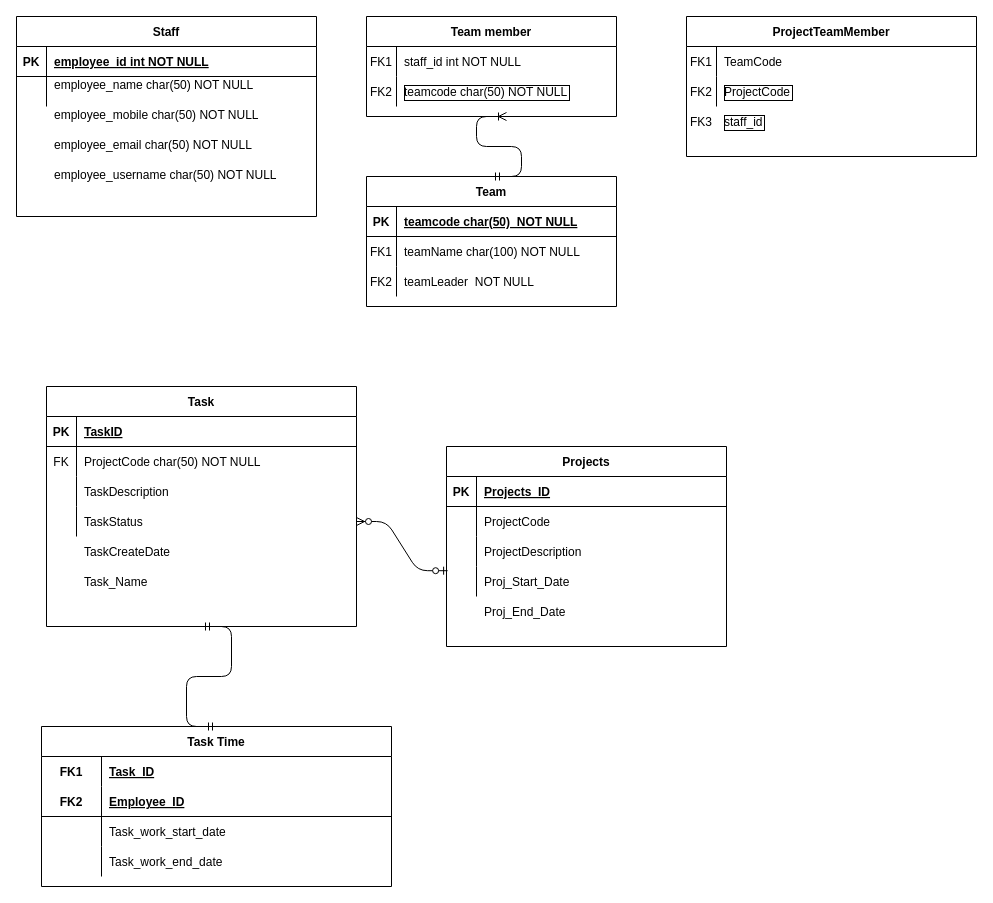
This is Untitled Diagram.drawio from rdazmn/FYP, a draw.io file, before an edit. Source tidied: cells renumbered, new cells numbered last; positions are measured from the earlier drawing's top-left corner, leaving out a move shared by most shapes. Both pictures are drawn from the tidied source at 100%, with x=0, y=0 at pixel (16, 16).
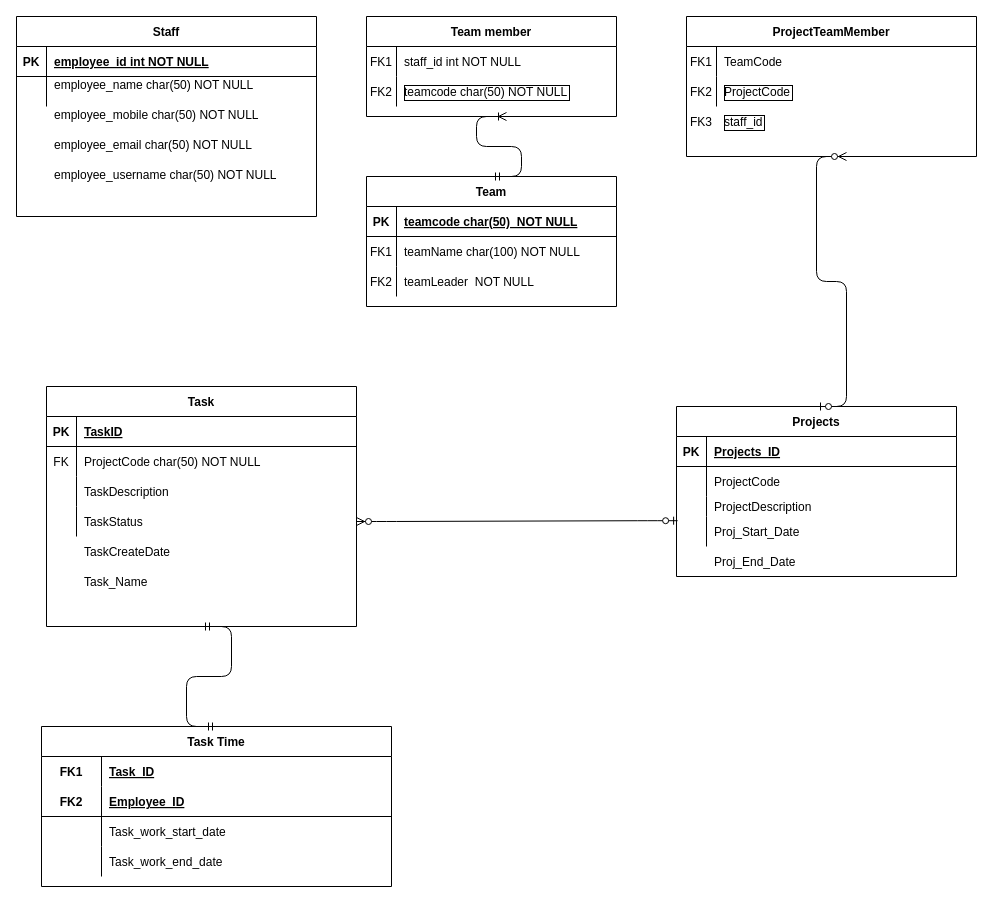
After the change.

Diff of the diagram source:
```diff
@@
     <mxCell id="49" value="Projects" style="shape=table;startSize=30;childLayout=tableLayout;rowLines=0;fontStyle=1;align=center;" parent="1" vertex="1">
-      <mxGeometry x="430" y="430" width="280" height="200" as="geometry" />
+      <mxGeometry x="660" y="390" width="280" height="170" as="geometry" />
     </mxCell>
@@
     <mxCell id="56" style="shape=partialRectangle;fillColor=none;top=0;left=0;bottom=0;right=0;" parent="49" vertex="1">
-      <mxGeometry y="90" width="280" height="30" as="geometry" />
+      <mxGeometry y="90" width="280" height="20" as="geometry" />
     </mxCell>
     <mxCell id="57" style="shape=partialRectangle;fillColor=none;top=0;left=0;bottom=0;right=0;overflow=hidden;" parent="56" vertex="1">
-      <mxGeometry width="30" height="30" as="geometry" />
+      <mxGeometry width="30" height="20" as="geometry" />
     </mxCell>
     <mxCell id="58" value="ProjectDescription" style="shape=partialRectangle;fillColor=none;top=0;left=0;bottom=0;right=0;align=left;spacingLeft=6;overflow=hidden;" parent="56" vertex="1">
-      <mxGeometry x="30" width="250" height="30" as="geometry" />
+      <mxGeometry x="30" width="250" height="20" as="geometry" />
     </mxCell>
     <mxCell id="59" style="shape=partialRectangle;fillColor=none;top=0;left=0;bottom=0;right=0;points=[[0,0.5],[1,0.5]];portConstraint=eastwest;" parent="49" vertex="1">
-      <mxGeometry y="120" width="280" height="30" as="geometry" />
+      <mxGeometry y="110" width="280" height="30" as="geometry" />
     </mxCell>
@@
     <mxCell id="62" value="Proj_End_Date" style="shape=partialRectangle;fillColor=none;top=0;left=0;bottom=0;right=0;align=left;spacingLeft=6;overflow=hidden;" parent="1" vertex="1">
-      <mxGeometry x="460" y="580" width="250" height="30" as="geometry" />
+      <mxGeometry x="690" y="530" width="250" height="30" as="geometry" />
     </mxCell>
@@
+    <mxCell id="89" style="edgeStyle=entityRelationEdgeStyle;fontSize=12;html=1;endArrow=ERzeroToMany;startArrow=ERzeroToOne;exitX=0.5;exitY=0;exitDx=0;exitDy=0;" parent="1" edge="1" source="49">
+      <mxGeometry relative="1" as="geometry">
+        <mxPoint x="830" y="140" as="targetPoint" />
+      </mxGeometry>
+    </mxCell>
```
